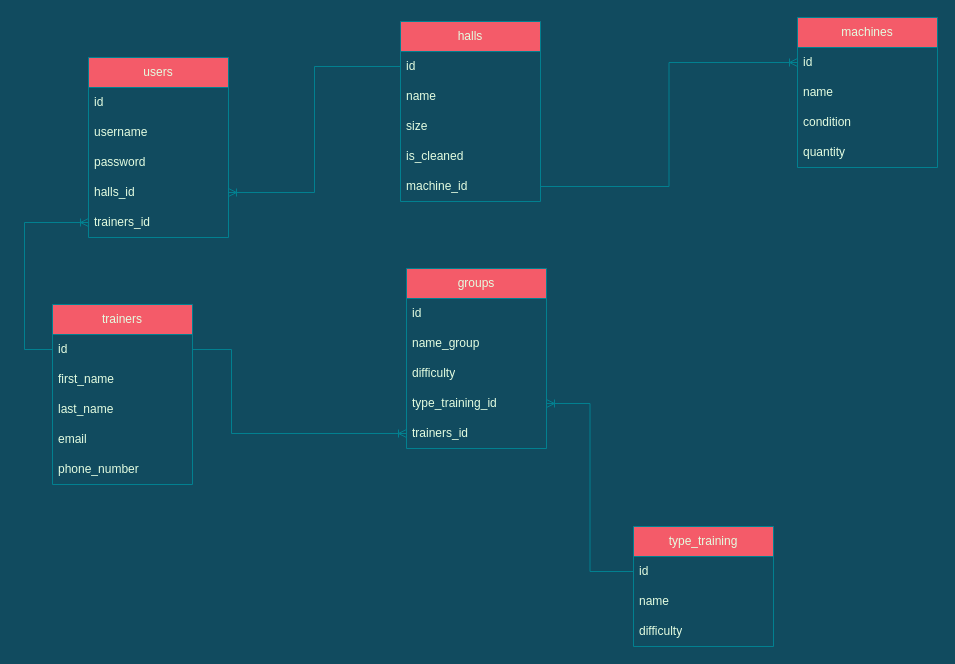
This is Diagram bez tytułu (2).drawio from Wojtur28/SzkolenieTechniczne1Projekt, a draw.io file, before an edit. Source tidied: cells renumbered, new cells numbered last; positions are measured from the earlier drawing's top-left corner, leaving out a move shared by most shapes. Both pictures are drawn from the tidied source at 100%, with x=0, y=0 at pixel (24, 17).
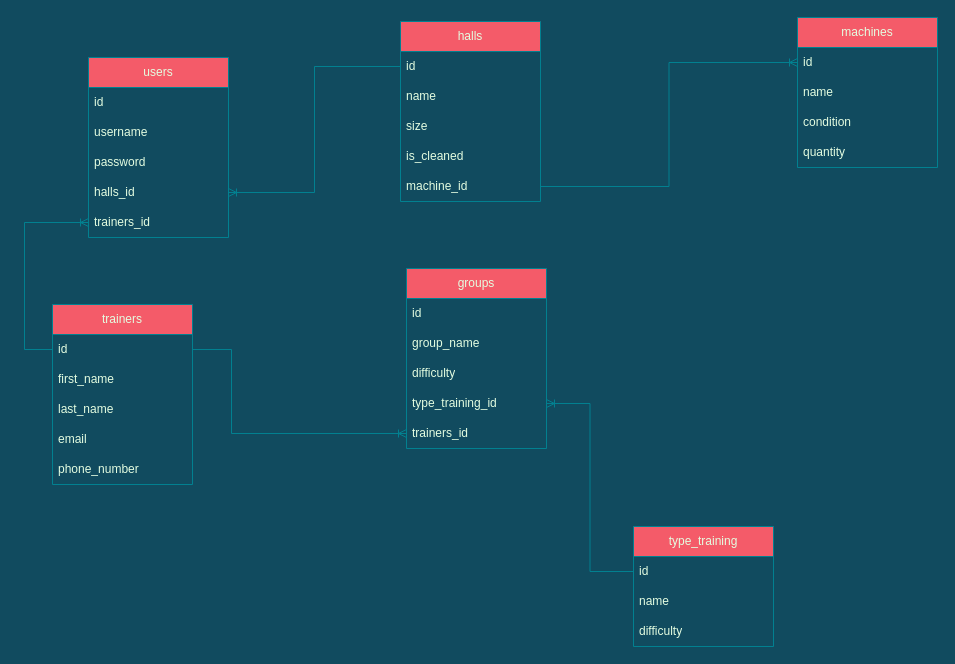
The same diagram, later.

The change refers to these unchanged cells:
```xml
<mxCell id="14" value="groups" style="swimlane;fontStyle=0;horizontal=1;startSize=30;whiteSpace=wrap;html=1;fillColor=#F45B69;strokeColor=#028090;fontColor=#E4FDE1;" parent="1" vertex="1">
  <mxGeometry x="382" y="251" width="140" height="180" as="geometry" />
</mxCell>
```

The edit, as a diff of the source:
```diff
@@
-    <mxCell id="16" value="name_group" style="text;strokeColor=none;fillColor=none;align=left;verticalAlign=middle;spacingLeft=4;spacingRight=4;overflow=hidden;whiteSpace=wrap;html=1;fontColor=#E4FDE1;" parent="14" vertex="1">
+    <mxCell id="16" value="group_name" style="text;strokeColor=none;fillColor=none;align=left;verticalAlign=middle;spacingLeft=4;spacingRight=4;overflow=hidden;whiteSpace=wrap;html=1;fontColor=#E4FDE1;" parent="14" vertex="1">
       <mxGeometry y="60" width="140" height="30" as="geometry" />
     </mxCell>
```
